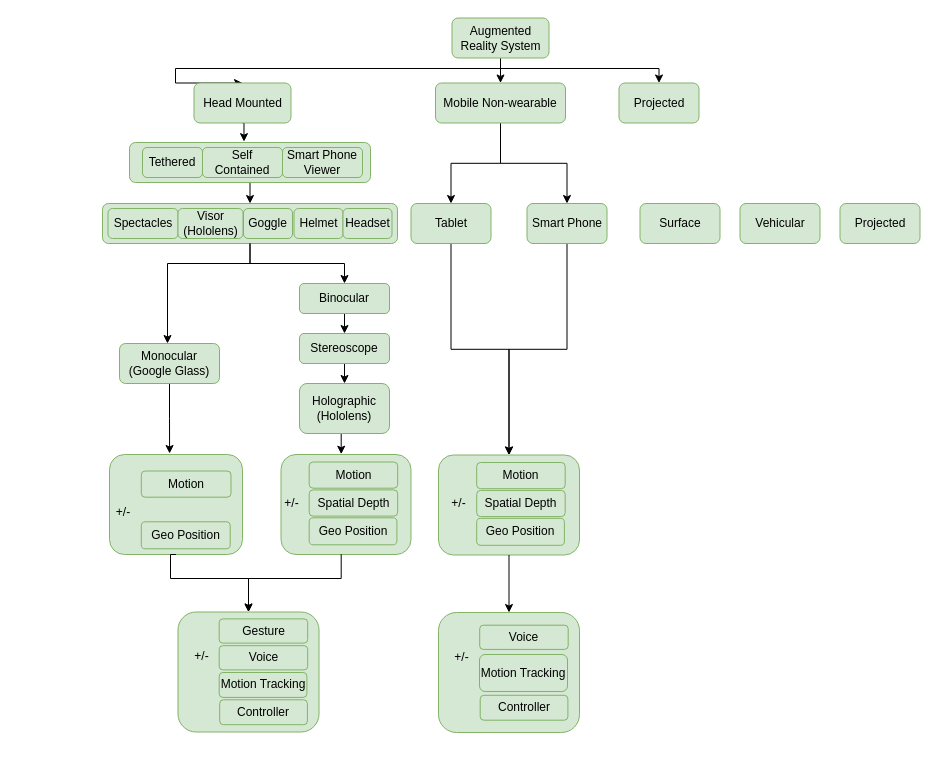
The draw.io diagram device type.drawio in kitylam9/Survey-on-Intelligent-user-interface-for-AugmentedReality, before the edit. Source tidied: cells renumbered, new cells numbered last; positions are measured from the earlier drawing's top-left corner, leaving out a move shared by most shapes. Both pictures are drawn from the tidied source at 100%, with x=0, y=0 at pixel (99, 18).
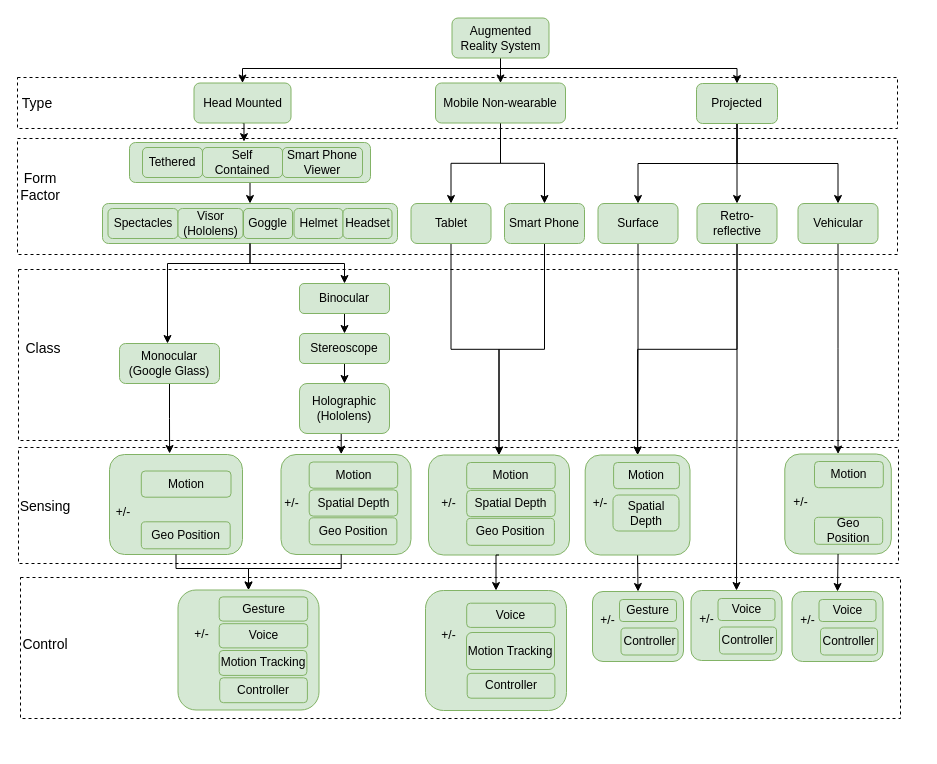
Above is the later version.

Unchanged cells that the change refers to:
```xml
<mxCell id="5" value="Augmented Reality System" style="rounded=1;whiteSpace=wrap;html=1;fillColor=#d5e8d4;strokeColor=#82b366;" parent="1" vertex="1">
  <mxGeometry x="352.5" y="-0.5" width="97" height="40" as="geometry" />
</mxCell>
<mxCell id="7" value="Head Mounted" style="rounded=1;whiteSpace=wrap;html=1;fillColor=#d5e8d4;strokeColor=#82b366;" parent="1" vertex="1">
  <mxGeometry x="94.5" y="64.5" width="97" height="40" as="geometry" />
</mxCell>
<mxCell id="51" style="rounded=1;whiteSpace=wrap;html=1;fillColor=#d5e8d4;strokeColor=#82b366;" parent="50" vertex="1">
  <mxGeometry y="-5" width="141" height="120" as="geometry" />
</mxCell>
<mxCell id="59" style="rounded=1;whiteSpace=wrap;html=1;fillColor=#d5e8d4;strokeColor=#82b366;" parent="58" vertex="1">
  <mxGeometry x="10" y="-9" width="133" height="100" as="geometry" />
</mxCell>
```

Diff of the diagram source:
```diff
@@
     <mxCell id="3" style="edgeStyle=orthogonalEdgeStyle;rounded=0;jettySize=auto;html=1;exitX=0.5;exitY=1;exitDx=0;exitDy=0;entryX=0.5;entryY=0;entryDx=0;entryDy=0;" parent="1" edge="1" source="5" target="7">
       <mxGeometry relative="1" as="geometry">
         <Array as="points">
           <mxPoint x="401" y="50" />
-          <mxPoint x="76" y="50" />
-          <mxPoint x="76" y="65" />
+          <mxPoint x="143" y="50" />
         </Array>
       </mxGeometry>
     </mxCell>
     <mxCell id="4" style="edgeStyle=orthogonalEdgeStyle;rounded=0;jettySize=auto;html=1;exitX=0.5;exitY=1;exitDx=0;exitDy=0;entryX=0.5;entryY=0;entryDx=0;entryDy=0;" parent="1" edge="1" source="5" target="11">
       <mxGeometry relative="1" as="geometry">
         <Array as="points">
           <mxPoint x="401" y="50" />
-          <mxPoint x="559" y="50" />
+          <mxPoint x="638" y="50" />
         </Array>
       </mxGeometry>
     </mxCell>
@@
+    <mxCell id="79" style="edgeStyle=orthogonalEdgeStyle;rounded=0;jettySize=auto;html=1;exitX=0.5;exitY=1;exitDx=0;exitDy=0;" parent="1" edge="1" source="11" target="13">
+      <mxGeometry relative="1" as="geometry" />
+    </mxCell>
+    <mxCell id="80" style="edgeStyle=orthogonalEdgeStyle;rounded=0;jettySize=auto;html=1;exitX=0.5;exitY=1;exitDx=0;exitDy=0;entryX=0.5;entryY=0;entryDx=0;entryDy=0;" parent="1" edge="1" source="11" target="12">
+      <mxGeometry relative="1" as="geometry" />
+    </mxCell>
+    <mxCell id="81" style="edgeStyle=orthogonalEdgeStyle;rounded=0;jettySize=auto;html=1;exitX=0.5;exitY=1;exitDx=0;exitDy=0;entryX=0.5;entryY=0;entryDx=0;entryDy=0;" parent="1" edge="1" source="11" target="14">
+      <mxGeometry relative="1" as="geometry" />
+    </mxCell>
     <mxCell id="11" value="Projected" style="rounded=1;whiteSpace=wrap;html=1;fillColor=#d5e8d4;strokeColor=#82b366;" parent="1" vertex="1">
-      <mxGeometry x="519.5" y="64.5" width="80" height="40" as="geometry" />
+      <mxGeometry x="597" y="65" width="81" height="40" as="geometry" />
     </mxCell>
+    <mxCell id="82" style="edgeStyle=orthogonalEdgeStyle;rounded=0;jettySize=auto;html=1;exitX=0.5;exitY=1;exitDx=0;exitDy=0;entryX=0.5;entryY=0;entryDx=0;entryDy=0;fontSize=14;" parent="1" edge="1" source="12" target="95">
+      <mxGeometry relative="1" as="geometry" />
+    </mxCell>
     <mxCell id="12" value="Surface" style="rounded=1;whiteSpace=wrap;html=1;fillColor=#d5e8d4;strokeColor=#82b366;" parent="1" vertex="1">
-      <mxGeometry x="540.5" y="185" width="80" height="40" as="geometry" />
+      <mxGeometry x="498.5" y="185" width="80" height="40" as="geometry" />
     </mxCell>
+    <mxCell id="83" style="edgeStyle=orthogonalEdgeStyle;rounded=0;jettySize=auto;html=1;exitX=0.5;exitY=1;exitDx=0;exitDy=0;entryX=0.5;entryY=0;entryDx=0;entryDy=0;fontSize=14;" parent="1" edge="1" source="13" target="95">
+      <mxGeometry relative="1" as="geometry" />
+    </mxCell>
+    <mxCell id="84" style="edgeStyle=orthogonalEdgeStyle;rounded=0;jettySize=auto;html=1;exitX=0.5;exitY=1;exitDx=0;exitDy=0;fontSize=14;entryX=0.5;entryY=0;entryDx=0;entryDy=0;" parent="1" edge="1" source="13" target="111">
+      <mxGeometry relative="1" as="geometry" />
+    </mxCell>
-    <mxCell id="13" value="Vehicular" style="rounded=1;whiteSpace=wrap;html=1;fillColor=#d5e8d4;strokeColor=#82b366;" parent="1" vertex="1">
-      <mxGeometry x="640.5" y="185" width="80" height="40" as="geometry" />
+    <mxCell id="13" value="&lt;span&gt;Retro-reflective&lt;/span&gt;" style="rounded=1;whiteSpace=wrap;html=1;fillColor=#d5e8d4;strokeColor=#82b366;" parent="1" vertex="1">
+      <mxGeometry x="597.5" y="185" width="80" height="40" as="geometry" />
     </mxCell>
+    <mxCell id="85" style="edgeStyle=orthogonalEdgeStyle;rounded=0;jettySize=auto;html=1;exitX=0.5;exitY=1;exitDx=0;exitDy=0;fontSize=14;entryX=0.5;entryY=0;entryDx=0;entryDy=0;" parent="1" edge="1" source="14" target="100">
+      <mxGeometry relative="1" as="geometry" />
+    </mxCell>
-    <mxCell id="14" value="Projected" style="rounded=1;whiteSpace=wrap;html=1;fillColor=#d5e8d4;strokeColor=#82b366;" parent="1" vertex="1">
-      <mxGeometry x="740.5" y="185" width="80" height="40" as="geometry" />
+    <mxCell id="14" value="Vehicular&lt;br&gt;" style="rounded=1;whiteSpace=wrap;html=1;fillColor=#d5e8d4;strokeColor=#82b366;" parent="1" vertex="1">
+      <mxGeometry x="698.5" y="185" width="80" height="40" as="geometry" />
     </mxCell>
@@
     <mxCell id="18" value="Smart Phone" style="rounded=1;whiteSpace=wrap;html=1;fillColor=#d5e8d4;strokeColor=#82b366;" parent="1" vertex="1">
-      <mxGeometry x="427.5" y="185" width="80" height="40" as="geometry" />
+      <mxGeometry x="405" y="185" width="80" height="40" as="geometry" />
     </mxCell>
@@
     <mxCell id="49" style="group;" parent="1" vertex="1">
-      <mxGeometry x="78.5" y="598.5" width="148" height="130" as="geometry" />
+      <mxGeometry x="78.5" y="576.5" width="148" height="130" as="geometry" />
     </mxCell>
@@
     <mxCell id="63" style="edgeStyle=orthogonalEdgeStyle;rounded=0;jettySize=auto;html=1;exitX=0.5;exitY=1;exitDx=0;exitDy=0;entryX=0.5;entryY=0;entryDx=0;entryDy=0;" parent="1" edge="1" source="59" target="51">
       <mxGeometry relative="1" as="geometry">
         <Array as="points">
-          <mxPoint x="71" y="560" />
-          <mxPoint x="149" y="560" />
+          <mxPoint x="77" y="550" />
+          <mxPoint x="149" y="550" />
         </Array>
       </mxGeometry>
     </mxCell>
     <mxCell id="64" style="edgeStyle=orthogonalEdgeStyle;rounded=0;jettySize=auto;html=1;exitX=0.5;exitY=1;exitDx=0;exitDy=0;entryX=0.5;entryY=0;entryDx=0;entryDy=0;" parent="1" edge="1" target="51">
       <mxGeometry relative="1" as="geometry">
         <mxPoint x="241.7" y="535.7" as="sourcePoint" />
         <Array as="points">
-          <mxPoint x="242" y="560" />
-          <mxPoint x="149" y="560" />
+          <mxPoint x="242" y="550" />
+          <mxPoint x="149" y="550" />
         </Array>
       </mxGeometry>
     </mxCell>
     <mxCell id="65" style="group;" parent="1" vertex="1">
-      <mxGeometry x="336" y="436.5" width="148" height="105" as="geometry" />
+      <mxGeometry x="326" y="436.5" width="148" height="105" as="geometry" />
     </mxCell>
@@
     <mxCell id="72" style="group;" parent="1" vertex="1">
-      <mxGeometry x="339" y="594" width="148" height="120" as="geometry" />
+      <mxGeometry x="326" y="572" width="148" height="120" as="geometry" />
     </mxCell>
@@
+    <mxCell id="86" style="rounded=0;whiteSpace=wrap;html=1;fillColor=none;dashed=1;" parent="1" vertex="1">
+      <mxGeometry x="-82" y="59" width="880" height="51" as="geometry" />
+    </mxCell>
+    <mxCell id="87" value="Type" style="text;html=1;strokeColor=none;fillColor=none;align=center;verticalAlign=middle;whiteSpace=wrap;rounded=0;dashed=1;fontSize=14;" parent="1" vertex="1">
+      <mxGeometry x="-82" y="74.5" width="40" height="20" as="geometry" />
+    </mxCell>
+    <mxCell id="88" style="group;" parent="1" vertex="1">
+      <mxGeometry x="493" y="573" width="96" height="77" as="geometry" />
+    </mxCell>
+    <mxCell id="89" style="rounded=1;whiteSpace=wrap;html=1;fillColor=#d5e8d4;strokeColor=#82b366;" parent="88" vertex="1">
+      <mxGeometry width="91" height="70" as="geometry" />
+    </mxCell>
+    <mxCell id="90" value="Gesture" style="rounded=1;whiteSpace=wrap;html=1;fillColor=#d5e8d4;strokeColor=#82b366;" parent="88" vertex="1">
+      <mxGeometry x="27" y="8" width="57" height="22" as="geometry" />
+    </mxCell>
+    <mxCell id="91" value="+/-" style="text;html=1;strokeColor=none;fillColor=none;align=center;verticalAlign=middle;whiteSpace=wrap;rounded=0;" parent="88" vertex="1">
+      <mxGeometry x="4" y="22.8" width="22.9" height="11.8" as="geometry" />
+    </mxCell>
+    <mxCell id="92" value="Controller" style="rounded=1;whiteSpace=wrap;html=1;fillColor=#d5e8d4;strokeColor=#82b366;" parent="88" vertex="1">
+      <mxGeometry x="28.5" y="36.5" width="57" height="27" as="geometry" />
+    </mxCell>
+    <mxCell id="93" style="edgeStyle=orthogonalEdgeStyle;rounded=0;jettySize=auto;html=1;exitX=0.5;exitY=1;exitDx=0;exitDy=0;entryX=0.5;entryY=0;entryDx=0;entryDy=0;fontSize=14;" parent="1" edge="1" source="95" target="89">
+      <mxGeometry relative="1" as="geometry" />
+    </mxCell>
+    <mxCell id="94" style="group;" parent="1" vertex="1">
+      <mxGeometry x="483.5" y="436.5" width="110" height="105" as="geometry" />
+    </mxCell>
+    <mxCell id="95" style="rounded=1;whiteSpace=wrap;html=1;fillColor=#d5e8d4;strokeColor=#82b366;" parent="94" vertex="1">
+      <mxGeometry x="2.2" width="104.8" height="100" as="geometry" />
+    </mxCell>
+    <mxCell id="96" value="Motion" style="rounded=1;whiteSpace=wrap;html=1;fillColor=#d5e8d4;strokeColor=#82b366;" parent="94" vertex="1">
+      <mxGeometry x="30.6" y="7.5" width="65.8" height="26.2" as="geometry" />
+    </mxCell>
+    <mxCell id="97" value="Spatial Depth" style="rounded=1;whiteSpace=wrap;html=1;fillColor=#d5e8d4;strokeColor=#82b366;" parent="94" vertex="1">
+      <mxGeometry x="30" y="40" width="66" height="36" as="geometry" />
+    </mxCell>
+    <mxCell id="98" value="+/-" style="text;html=1;strokeColor=none;fillColor=none;align=center;verticalAlign=middle;whiteSpace=wrap;rounded=0;" parent="94" vertex="1">
+      <mxGeometry x="4.6" y="38.5" width="26.2" height="20" as="geometry" />
+    </mxCell>
+    <mxCell id="99" style="group;" parent="1" vertex="1">
+      <mxGeometry x="683" y="435.5" width="115" height="105" as="geometry" />
+    </mxCell>
+    <mxCell id="100" style="rounded=1;whiteSpace=wrap;html=1;fillColor=#d5e8d4;strokeColor=#82b366;" parent="99" vertex="1">
+      <mxGeometry x="2.3" width="106.5" height="100" as="geometry" />
+    </mxCell>
+    <mxCell id="101" value="Motion" style="rounded=1;whiteSpace=wrap;html=1;fillColor=#d5e8d4;strokeColor=#82b366;" parent="99" vertex="1">
+      <mxGeometry x="32" y="7.5" width="68.8" height="26.2" as="geometry" />
+    </mxCell>
+    <mxCell id="102" value="Geo Position" style="rounded=1;whiteSpace=wrap;html=1;fillColor=#d5e8d4;strokeColor=#82b366;" parent="99" vertex="1">
+      <mxGeometry x="32" y="63.3" width="68.2" height="27" as="geometry" />
+    </mxCell>
+    <mxCell id="103" value="+/-" style="text;html=1;strokeColor=none;fillColor=none;align=center;verticalAlign=middle;whiteSpace=wrap;rounded=0;" parent="99" vertex="1">
+      <mxGeometry x="4.8" y="38.5" width="27.4" height="20" as="geometry" />
+    </mxCell>
+    <mxCell id="104" style="group;" parent="1" vertex="1">
+      <mxGeometry x="692.5" y="573" width="96" height="77" as="geometry" />
+    </mxCell>
+    <mxCell id="105" style="rounded=1;whiteSpace=wrap;html=1;fillColor=#d5e8d4;strokeColor=#82b366;" parent="104" vertex="1">
+      <mxGeometry width="91" height="70" as="geometry" />
+    </mxCell>
+    <mxCell id="106" value="Voice" style="rounded=1;whiteSpace=wrap;html=1;fillColor=#d5e8d4;strokeColor=#82b366;" parent="104" vertex="1">
+      <mxGeometry x="27" y="8" width="57" height="22" as="geometry" />
+    </mxCell>
+    <mxCell id="107" value="+/-" style="text;html=1;strokeColor=none;fillColor=none;align=center;verticalAlign=middle;whiteSpace=wrap;rounded=0;" parent="104" vertex="1">
+      <mxGeometry x="4" y="22.8" width="22.9" height="11.8" as="geometry" />
+    </mxCell>
+    <mxCell id="108" value="Controller" style="rounded=1;whiteSpace=wrap;html=1;fillColor=#d5e8d4;strokeColor=#82b366;" parent="104" vertex="1">
+      <mxGeometry x="28.5" y="36.5" width="57" height="27" as="geometry" />
+    </mxCell>
+    <mxCell id="109" style="edgeStyle=orthogonalEdgeStyle;rounded=0;jettySize=auto;html=1;exitX=0.5;exitY=1;exitDx=0;exitDy=0;entryX=0.5;entryY=0;entryDx=0;entryDy=0;fontSize=14;" parent="1" edge="1" source="100" target="105">
+      <mxGeometry relative="1" as="geometry" />
+    </mxCell>
+    <mxCell id="110" style="group;" parent="1" vertex="1">
+      <mxGeometry x="590.5" y="572" width="96" height="77" as="geometry" />
+    </mxCell>
+    <mxCell id="111" style="rounded=1;whiteSpace=wrap;html=1;fillColor=#d5e8d4;strokeColor=#82b366;" parent="110" vertex="1">
+      <mxGeometry x="1" width="91" height="70" as="geometry" />
+    </mxCell>
+    <mxCell id="112" value="Voice" style="rounded=1;whiteSpace=wrap;html=1;fillColor=#d5e8d4;strokeColor=#82b366;" parent="110" vertex="1">
+      <mxGeometry x="28" y="8" width="57" height="22" as="geometry" />
+    </mxCell>
+    <mxCell id="113" value="+/-" style="text;html=1;strokeColor=none;fillColor=none;align=center;verticalAlign=middle;whiteSpace=wrap;rounded=0;" parent="110" vertex="1">
+      <mxGeometry x="5" y="22.8" width="22.9" height="11.8" as="geometry" />
+    </mxCell>
+    <mxCell id="114" value="Controller" style="rounded=1;whiteSpace=wrap;html=1;fillColor=#d5e8d4;strokeColor=#82b366;" parent="110" vertex="1">
+      <mxGeometry x="29.5" y="36.5" width="57" height="27" as="geometry" />
+    </mxCell>
+    <mxCell id="115" style="rounded=0;whiteSpace=wrap;html=1;fillColor=none;dashed=1;" parent="1" vertex="1">
+      <mxGeometry x="-82" y="120" width="880" height="116" as="geometry" />
+    </mxCell>
+    <mxCell id="116" value="Form Factor" style="text;html=1;strokeColor=none;fillColor=none;align=center;verticalAlign=middle;whiteSpace=wrap;rounded=0;dashed=1;fontSize=14;" parent="1" vertex="1">
+      <mxGeometry x="-79" y="158" width="40" height="20" as="geometry" />
+    </mxCell>
+    <mxCell id="117" style="rounded=0;whiteSpace=wrap;html=1;fillColor=none;dashed=1;" parent="1" vertex="1">
+      <mxGeometry x="-81" y="251" width="880" height="171" as="geometry" />
+    </mxCell>
+    <mxCell id="118" value="Class" style="text;html=1;strokeColor=none;fillColor=none;align=center;verticalAlign=middle;whiteSpace=wrap;rounded=0;dashed=1;fontSize=14;" parent="1" vertex="1">
+      <mxGeometry x="-76" y="320" width="40" height="20" as="geometry" />
+    </mxCell>
+    <mxCell id="119" style="rounded=0;whiteSpace=wrap;html=1;fillColor=none;dashed=1;" parent="1" vertex="1">
+      <mxGeometry x="-81" y="429" width="880" height="116" as="geometry" />
+    </mxCell>
+    <mxCell id="120" value="Sensing" style="text;html=1;strokeColor=none;fillColor=none;align=center;verticalAlign=middle;whiteSpace=wrap;rounded=0;dashed=1;fontSize=14;" parent="1" vertex="1">
+      <mxGeometry x="-74" y="477.5" width="40" height="20" as="geometry" />
+    </mxCell>
+    <mxCell id="121" style="rounded=0;whiteSpace=wrap;html=1;fillColor=none;dashed=1;" parent="1" vertex="1">
+      <mxGeometry x="-79" y="559" width="880" height="141" as="geometry" />
+    </mxCell>
+    <mxCell id="122" value="Control" style="text;html=1;strokeColor=none;fillColor=none;align=center;verticalAlign=middle;whiteSpace=wrap;rounded=0;dashed=1;fontSize=14;" parent="1" vertex="1">
+      <mxGeometry x="-74" y="616" width="40" height="20" as="geometry" />
+    </mxCell>
```
